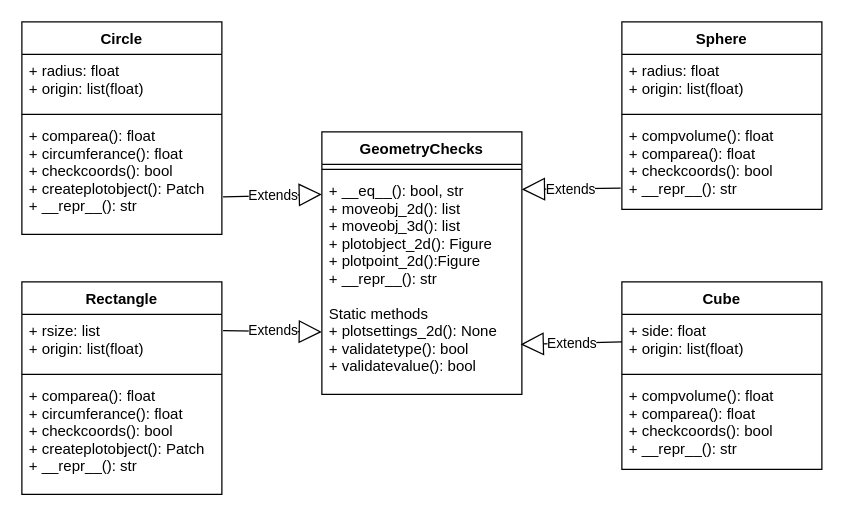
This is Labs/lab3/geometryUML.drawio from jwiegert/python-programming-joachim-wiegert, a draw.io file, before an edit. Source tidied: cells renumbered, new cells numbered last; positions are measured from the earlier drawing's top-left corner, leaving out a move shared by most shapes. Both pictures are drawn from the tidied source at 125%, with x=0, y=0 at pixel (21, 21).
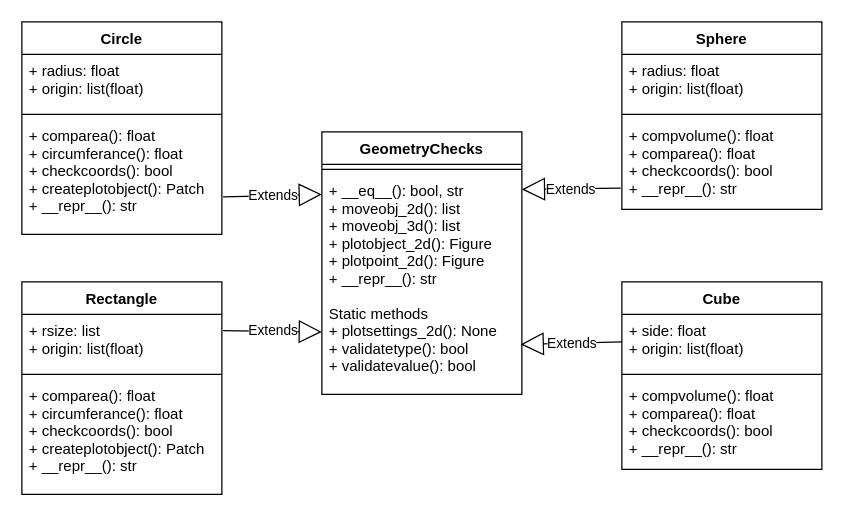
Above is the later version.

The change refers to these unchanged cells:
```xml
<mxCell id="2" value="GeometryChecks" style="swimlane;fontStyle=1;align=center;verticalAlign=top;horizontal=1;startSize=26;hachureGap=4;" parent="1" vertex="1">
  <mxGeometry x="240" y="88" width="160" height="210" as="geometry" />
</mxCell>
```

Change to the diagram source:
```diff
@@
-    <mxCell id="4" value="+ __eq__(): bool, str&#10;+ moveobj_2d(): list&#10;+ moveobj_3d(): list&#10;+ plotobject_2d(): Figure&#10;+ plotpoint_2d():Figure&#10;+ __repr__(): str&#10;&#10;Static methods&#10;+ plotsettings_2d(): None&#10;+ validatetype(): bool&#10;+ validatevalue(): bool&#10;" style="text;strokeColor=none;fillColor=none;align=left;verticalAlign=top;spacingLeft=4;spacingRight=4;overflow=hidden;points=[[0,0.5],[1,0.5]];portConstraint=eastwest;" parent="2" vertex="1">
+    <mxCell id="4" value="+ __eq__(): bool, str&#10;+ moveobj_2d(): list&#10;+ moveobj_3d(): list&#10;+ plotobject_2d(): Figure&#10;+ plotpoint_2d(): Figure&#10;+ __repr__(): str&#10;&#10;Static methods&#10;+ plotsettings_2d(): None&#10;+ validatetype(): bool&#10;+ validatevalue(): bool&#10;" style="text;strokeColor=none;fillColor=none;align=left;verticalAlign=top;spacingLeft=4;spacingRight=4;overflow=hidden;points=[[0,0.5],[1,0.5]];portConstraint=eastwest;" parent="2" vertex="1">
       <mxGeometry y="34" width="160" height="176" as="geometry" />
     </mxCell>
```
